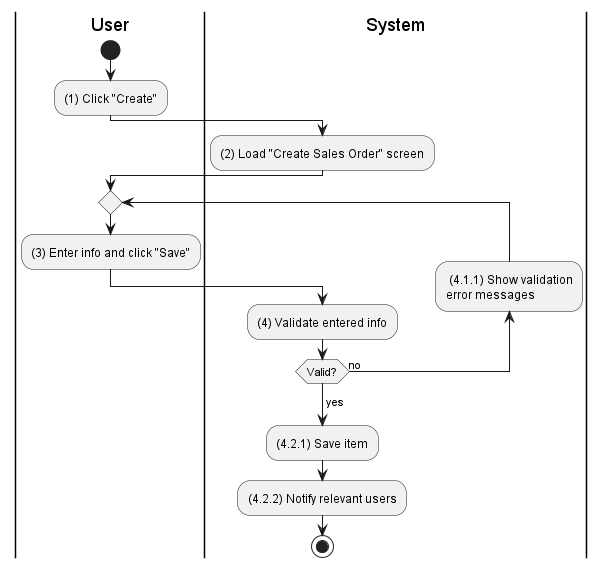
Above: activities/sales-order-create.png in phihungha/scmss-reqs (PlantUML), before the change.
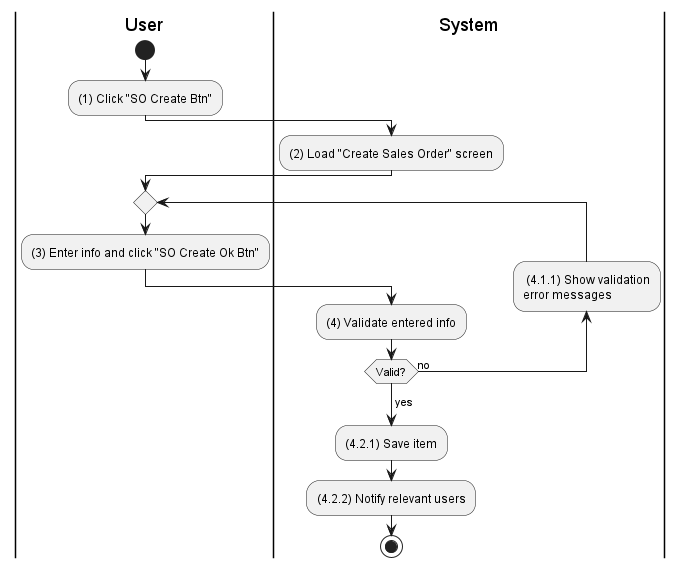
The same file after the commit.

What changed in the source:
```diff
@@ -4,14 +4,14 @@
 
 |u|
 start
-:(1) Click "Create";
+:(1) Click "SO Create Btn";
 
 |s|
 :(2) Load "Create Sales Order" screen;
 
 |u|
 repeat
-    :(3) Enter info and click "Save";
+    :(3) Enter info and click "SO Create Ok Btn";
     |s|
     :(4) Validate entered info;
     backward: (4.1.1) Show validation\nerror messages;
```
